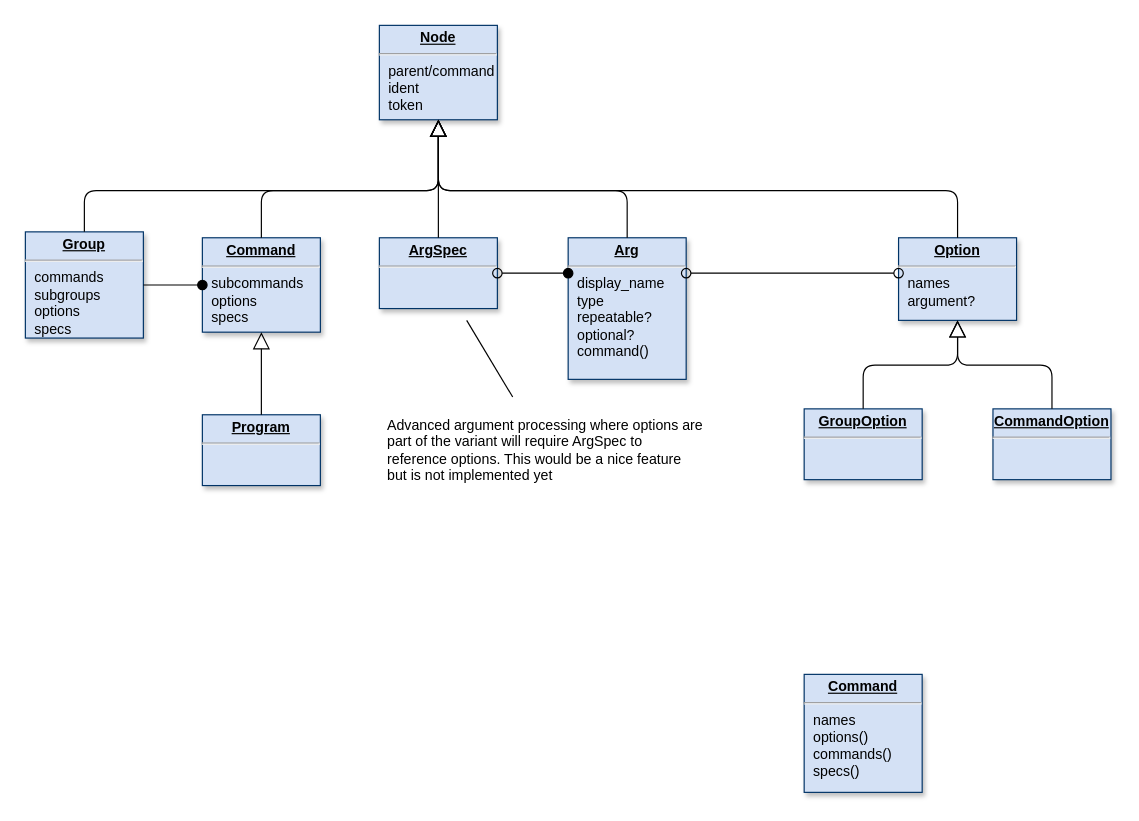
The draw.io diagram page "Grammar" (2 of 8) of doc/diagram.drawio in clrgit/shellopts, before the edit. Source tidied: cells renumbered, new cells numbered last; positions are measured from the earlier drawing's top-left corner, leaving out a move shared by most shapes. Both pictures are drawn from the tidied source at 118%, with x=0, y=0 at pixel (25, 25).
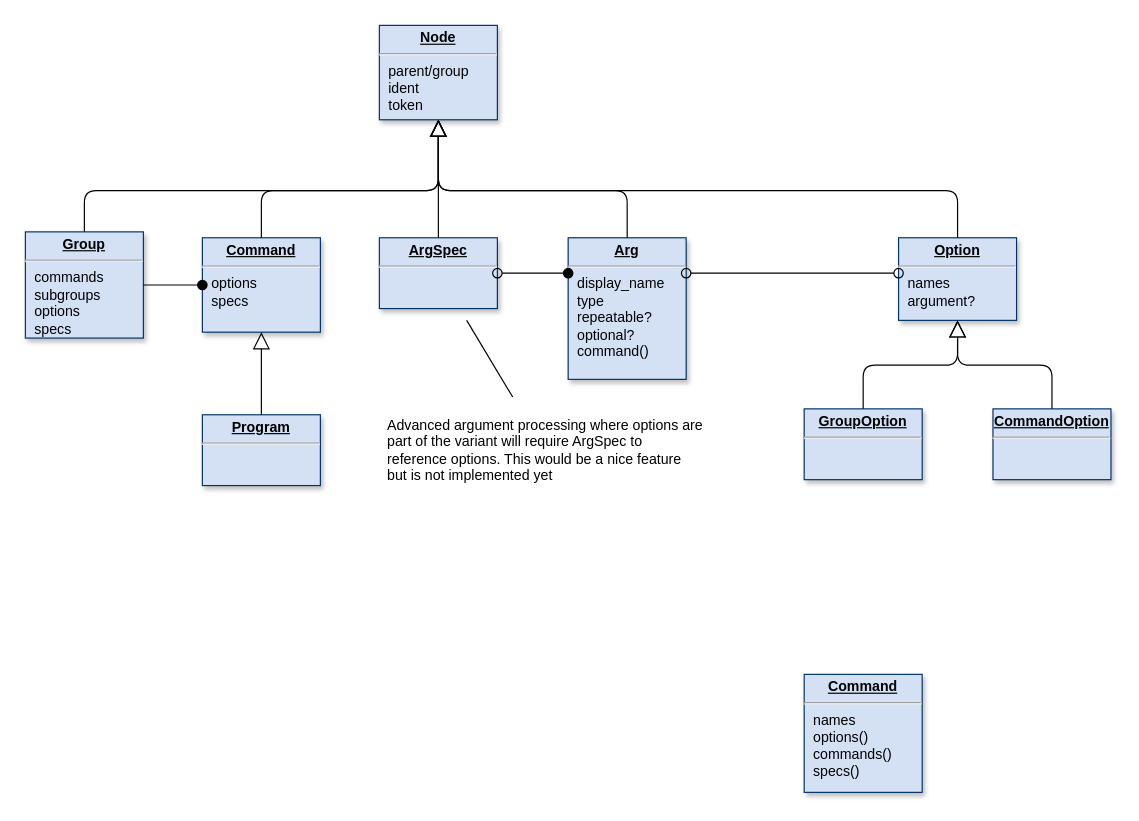
The same diagram, later.

Diff of the diagram source:
```diff
@@
-    <mxCell id="2" value="&lt;p style=&quot;margin: 0px ; margin-top: 4px ; text-align: center ; text-decoration: underline&quot;&gt;&lt;b&gt;Node&lt;/b&gt;&lt;/p&gt;&lt;hr&gt;&lt;p style=&quot;margin: 0px ; margin-left: 8px&quot;&gt;parent/command&lt;/p&gt;&lt;p style=&quot;margin: 0px ; margin-left: 8px&quot;&gt;ident&lt;/p&gt;&lt;p style=&quot;margin: 0px ; margin-left: 8px&quot;&gt;token&lt;/p&gt;" style="verticalAlign=top;align=left;overflow=fill;fontSize=12;fontFamily=Helvetica;html=1;shadow=1;strokeColor=#003366;fillColor=#D4E1F5;" parent="1" vertex="1">
+    <mxCell id="2" value="&lt;p style=&quot;margin: 0px ; margin-top: 4px ; text-align: center ; text-decoration: underline&quot;&gt;&lt;b&gt;Node&lt;/b&gt;&lt;/p&gt;&lt;hr&gt;&lt;p style=&quot;margin: 0px ; margin-left: 8px&quot;&gt;parent/group&lt;/p&gt;&lt;p style=&quot;margin: 0px ; margin-left: 8px&quot;&gt;ident&lt;/p&gt;&lt;p style=&quot;margin: 0px ; margin-left: 8px&quot;&gt;token&lt;/p&gt;" style="verticalAlign=top;align=left;overflow=fill;fontSize=12;fontFamily=Helvetica;html=1;shadow=1;strokeColor=#003366;fillColor=#D4E1F5;" parent="1" vertex="1">
       <mxGeometry x="300" width="100" height="80" as="geometry" />
     </mxCell>
@@
-    <mxCell id="20" value="&lt;p style=&quot;margin: 0px ; margin-top: 4px ; text-align: center ; text-decoration: underline&quot;&gt;&lt;b&gt;Command&lt;/b&gt;&lt;/p&gt;&lt;hr&gt;&lt;p style=&quot;margin: 0px ; margin-left: 8px&quot;&gt;subcommands&lt;/p&gt;&lt;p style=&quot;margin: 0px ; margin-left: 8px&quot;&gt;options&lt;/p&gt;&lt;p style=&quot;margin: 0px ; margin-left: 8px&quot;&gt;specs&lt;/p&gt;" style="verticalAlign=top;align=left;overflow=fill;fontSize=12;fontFamily=Helvetica;html=1;shadow=1;strokeColor=#003366;fillColor=#D4E1F5;" parent="1" vertex="1">
+    <mxCell id="20" value="&lt;p style=&quot;margin: 0px ; margin-top: 4px ; text-align: center ; text-decoration: underline&quot;&gt;&lt;b&gt;Command&lt;/b&gt;&lt;/p&gt;&lt;hr&gt;&lt;p style=&quot;margin: 0px ; margin-left: 8px&quot;&gt;&lt;span&gt;options&lt;/span&gt;&lt;br&gt;&lt;/p&gt;&lt;p style=&quot;margin: 0px ; margin-left: 8px&quot;&gt;specs&lt;/p&gt;" style="verticalAlign=top;align=left;overflow=fill;fontSize=12;fontFamily=Helvetica;html=1;shadow=1;strokeColor=#003366;fillColor=#D4E1F5;" parent="1" vertex="1">
       <mxGeometry x="150" y="180" width="100" height="80" as="geometry" />
     </mxCell>
```
